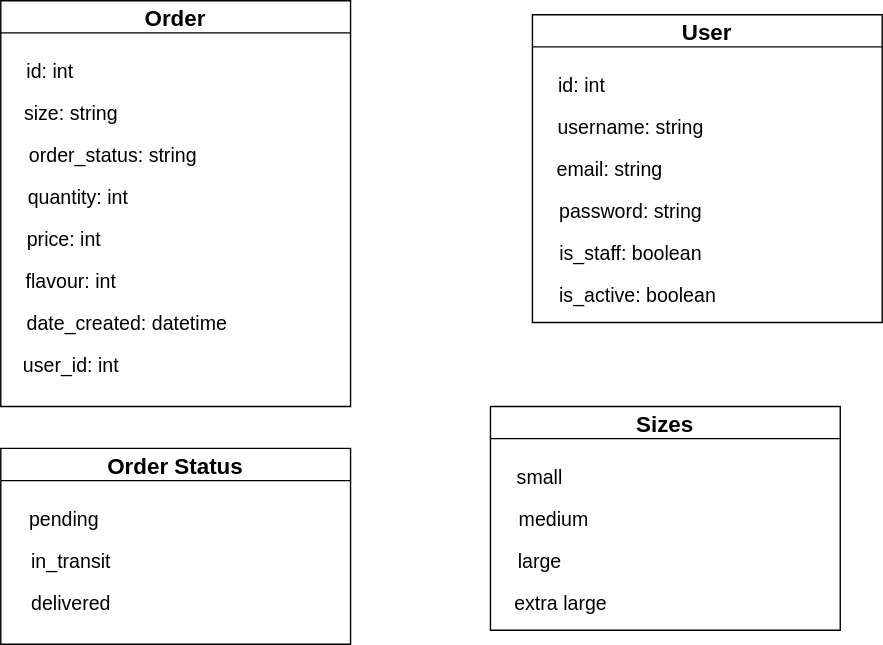
Above: diagrams/diagram.drawio.svg in juan-formoso/pizza-delivery-api (draw.io), before the change. Source tidied: cells renumbered, new cells last; positions are measured from the earlier drawing's top-left corner, leaving out a move shared by most shapes.
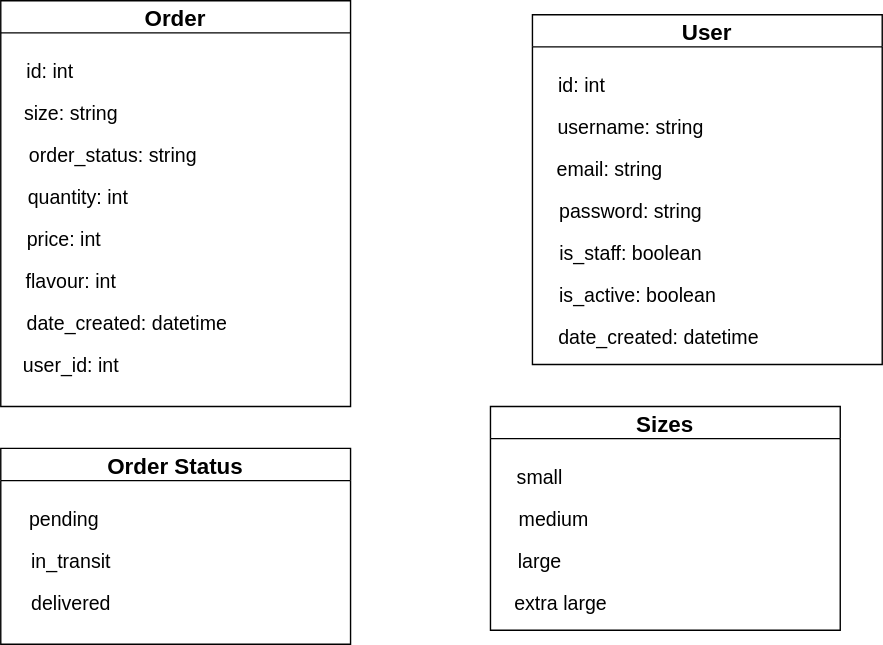
The same diagram one commit later.

Commit message:
Atualiza diagrama da tabela User

Change to the diagram source:
```diff
@@ -30,7 +30,7 @@
       <mxGeometry x="10" y="220" width="160" height="20" as="geometry" />
     </mxCell>
     <mxCell id="11" value="User" style="swimlane;fontSize=16;startSize=23;" parent="1" vertex="1">
-      <mxGeometry x="380" y="10" width="250" height="220" as="geometry" />
+      <mxGeometry x="380" y="10" width="250" height="250" as="geometry" />
     </mxCell>
     <mxCell id="12" value="&lt;font style=&quot;font-size: 14px&quot;&gt;id: int&lt;/font&gt;" style="text;html=1;align=center;verticalAlign=middle;fillColor=none;strokeColor=none;rounded=0;fontSize=16;" parent="11" vertex="1">
       <mxGeometry x="10" y="40" width="50" height="20" as="geometry" />
@@ -50,6 +50,9 @@
     <mxCell id="17" value="&lt;font style=&quot;font-size: 14px&quot;&gt;is_active: boolean&lt;/font&gt;" style="text;html=1;align=center;verticalAlign=middle;fillColor=none;strokeColor=none;rounded=0;fontSize=16;" parent="11" vertex="1">
       <mxGeometry x="10" y="190" width="130" height="20" as="geometry" />
     </mxCell>
+    <mxCell id="27" value="&lt;span style=&quot;font-size: 14px&quot;&gt;date_created: datetime&lt;/span&gt;" style="text;html=1;align=center;verticalAlign=middle;fillColor=none;strokeColor=none;rounded=0;fontSize=16;" parent="11" vertex="1">
+      <mxGeometry x="10" y="220" width="160" height="20" as="geometry" />
+    </mxCell>
     <mxCell id="18" value="Order Status" style="swimlane;fontSize=16;startSize=23;" parent="1" vertex="1">
       <mxGeometry y="320" width="250" height="140" as="geometry" />
     </mxCell>
```
